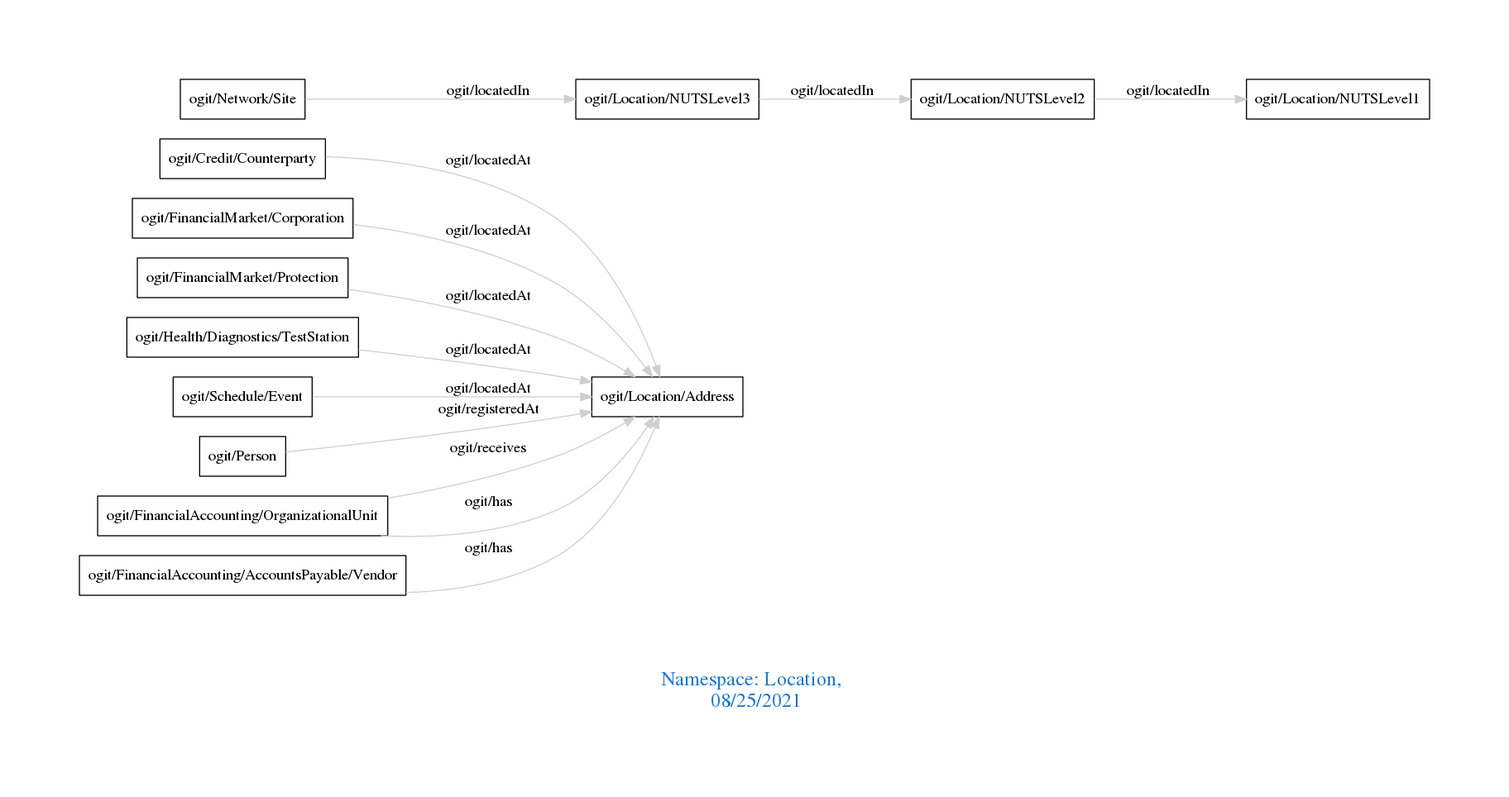
The Graphviz diagram downloads/Location.png in arago/OGIT, before a commit. Its source is kept beside it as downloads/Location.dot.
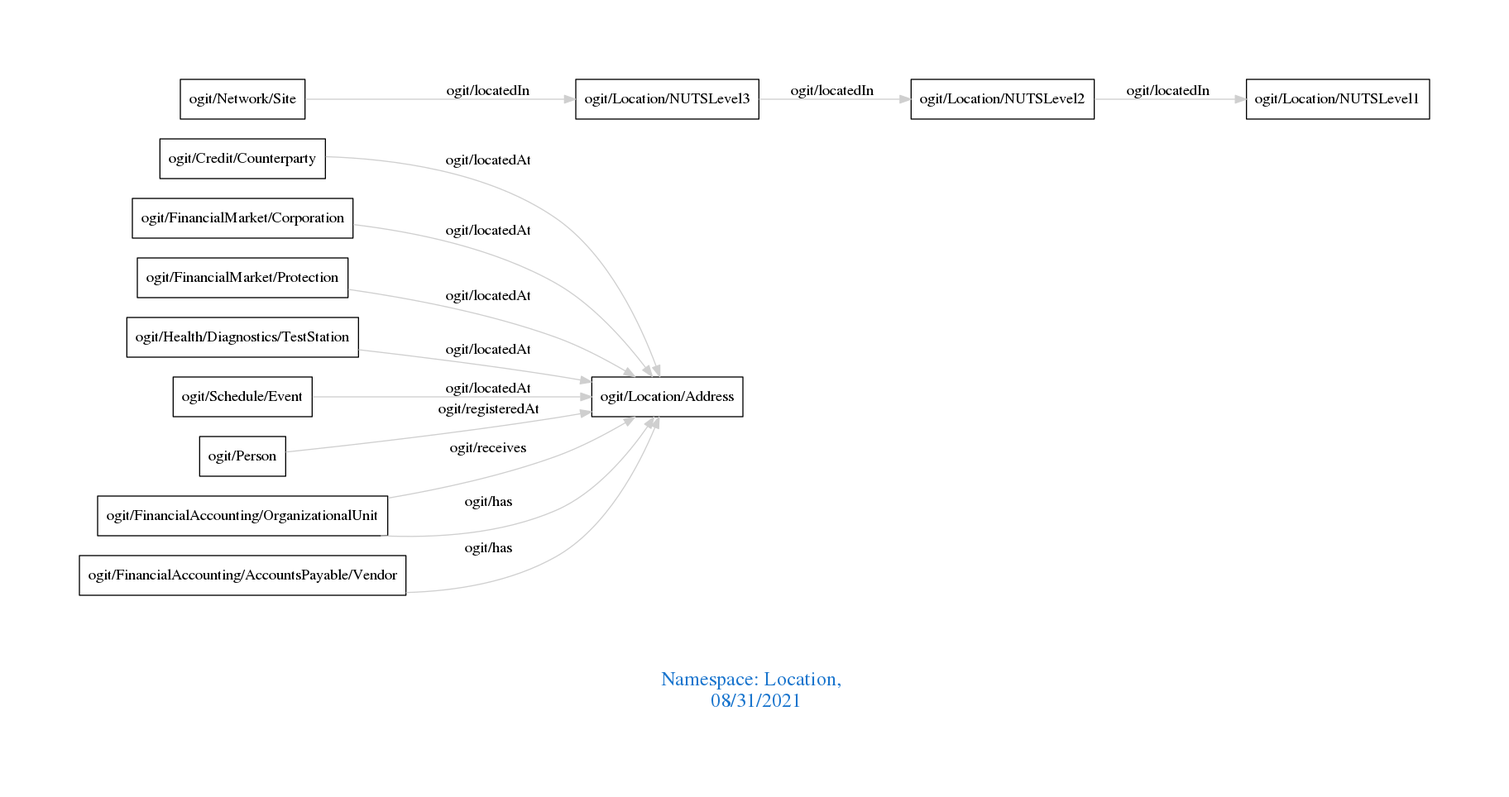
After the commit.

Change to the diagram source:
```diff
@@ -1,7 +1,7 @@
 digraph OGIT_ontology {
  graph [ rankdir= LR,pad=1
 fontsize = 18,
-fontcolor= dodgerblue3,label = "\n\n\nNamespace: Location, \n 08/25/2021"];
+fontcolor= dodgerblue3,label = "\n\n\nNamespace: Location, \n 08/31/2021"];
 node[shape=polygon];
 edge [  color="gray81"];
 
```
